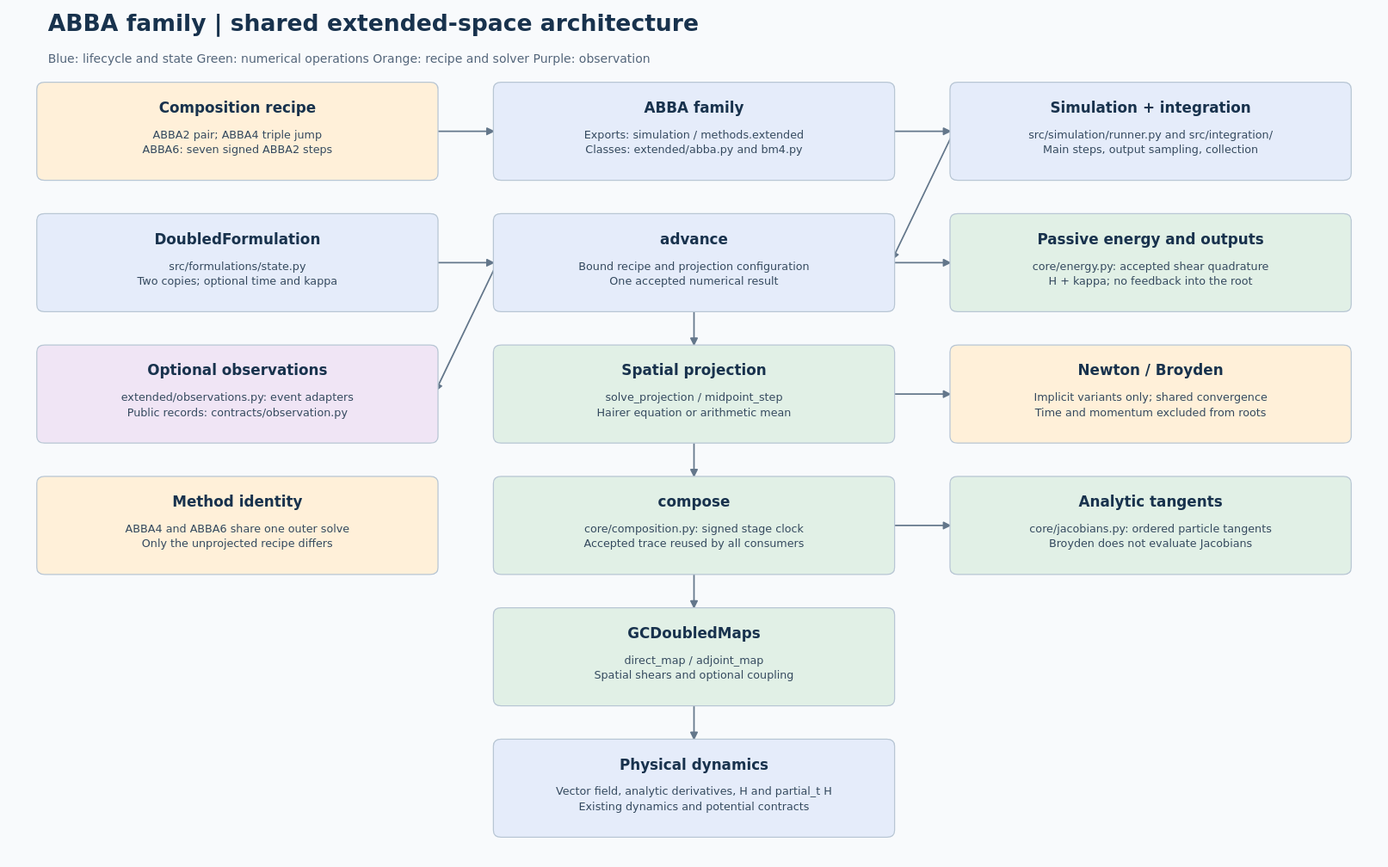
Before: docs/models/abba/simulation/abba-numerical-architecture.svg, a diagram exported from PlantUML (Jugibe-52/GC2D_intranet). Its source is kept beside it as docs/models/abba/simulation/abba-numerical-architecture.puml.
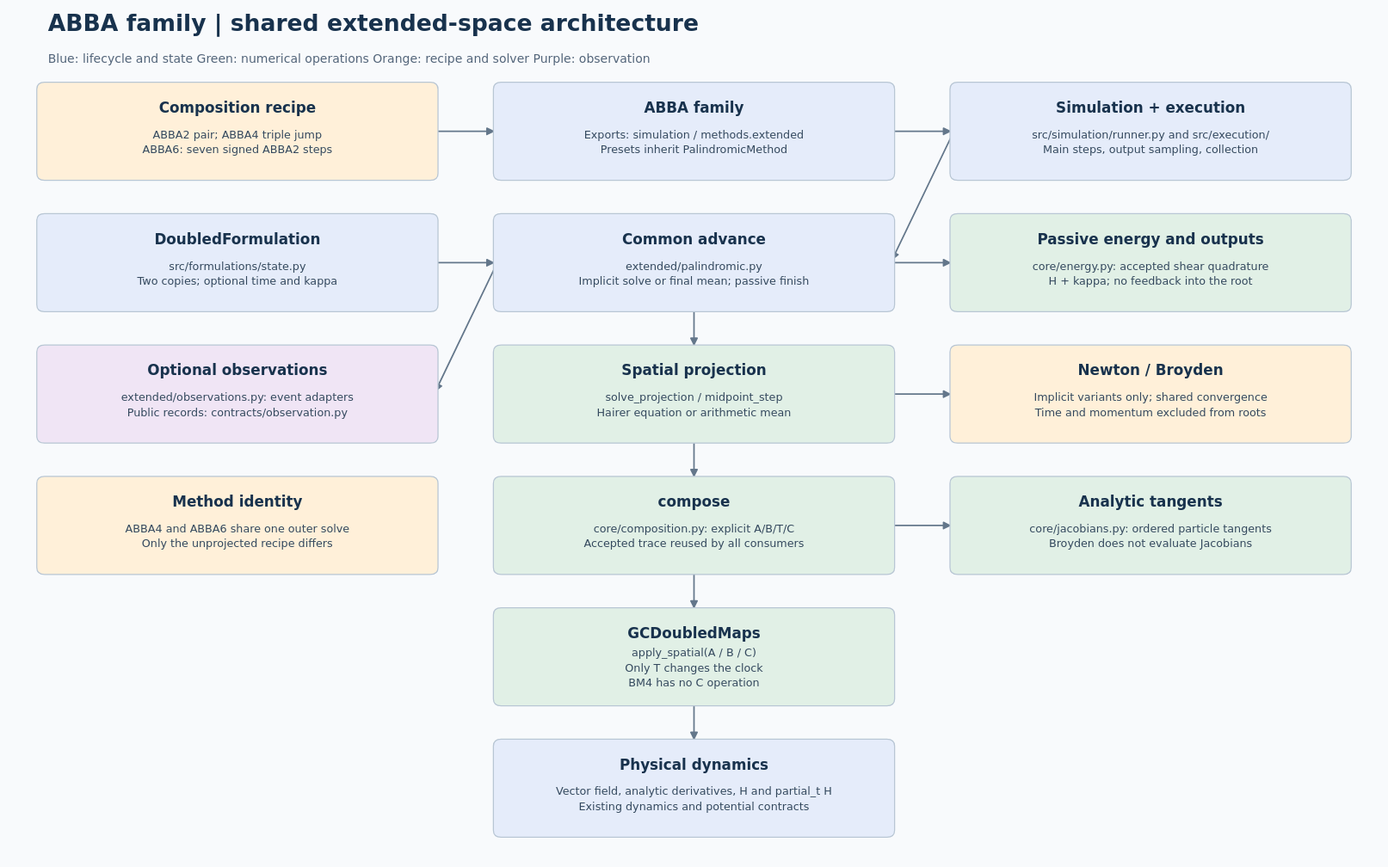
The same diagram one commit later.

Diff of the diagram source:
```diff
@@ -3,18 +3,18 @@
   graph [rankdir=TB, bgcolor="#f8fafc"];
   node [shape=box, style="rounded,filled", fontname="DejaVu Sans"];
   recipe [label="Composition recipe\nABBA2 pair; ABBA4 triple jump\nABBA6: seven signed ABBA2 steps", fillcolor="#fff0d9"];
-  method [label="ABBA family\nExports: simulation / methods.extended\nClasses: extended/abba.py and bm4.py", fillcolor="#e5ecfa"];
-  driver [label="Simulation + integration\nsrc/simulation/runner.py and src/integration/\nMain steps, output sampling, collection", fillcolor="#e5ecfa"];
+  method [label="ABBA family\nExports: simulation / methods.extended\nPresets inherit PalindromicMethod", fillcolor="#e5ecfa"];
+  driver [label="Simulation + execution\nsrc/simulation/runner.py and src/execution/\nMain steps, output sampling, collection", fillcolor="#e5ecfa"];
   state [label="DoubledFormulation\nsrc/formulations/state.py\nTwo copies; optional time and kappa", fillcolor="#e5ecfa"];
-  advance [label="advance\nBound recipe and projection configuration\nOne accepted numerical result", fillcolor="#e5ecfa"];
+  advance [label="Common advance\nextended/palindromic.py\nImplicit solve or final mean; passive finish", fillcolor="#e5ecfa"];
   energy [label="Passive energy and outputs\ncore/energy.py: accepted shear quadrature\nH + kappa; no feedback into the root", fillcolor="#e1f0e6"];
   observe [label="Optional observations\nextended/observations.py: event adapters\nPublic records: contracts/observation.py", fillcolor="#f0e5f5"];
   projection [label="Spatial projection\nsolve_projection / midpoint_step\nHairer equation or arithmetic mean", fillcolor="#e1f0e6"];
   solver [label="Newton / Broyden\nImplicit variants only; shared convergence\nTime and momentum excluded from roots", fillcolor="#fff0d9"];
   placement [label="Method identity\nABBA4 and ABBA6 share one outer solve\nOnly the unprojected recipe differs", fillcolor="#fff0d9"];
-  compose [label="compose\ncore/composition.py: signed stage clock\nAccepted trace reused by all consumers", fillcolor="#e1f0e6"];
+  compose [label="compose\ncore/composition.py: explicit A/B/T/C\nAccepted trace reused by all consumers", fillcolor="#e1f0e6"];
   tangent [label="Analytic tangents\ncore/jacobians.py: ordered particle tangents\nBroyden does not evaluate Jacobians", fillcolor="#e1f0e6"];
-  maps [label="GCDoubledMaps\ndirect_map / adjoint_map\nSpatial shears and optional coupling", fillcolor="#e1f0e6"];
+  maps [label="GCDoubledMaps\napply_spatial(A / B / C)\nOnly T changes the clock\nBM4 has no C operation", fillcolor="#e1f0e6"];
   dynamics [label="Physical dynamics\nVector field, analytic derivatives, H and partial_t H\nExisting dynamics and potential contracts", fillcolor="#e5ecfa"];
   recipe -> method;
   method -> driver;
```
